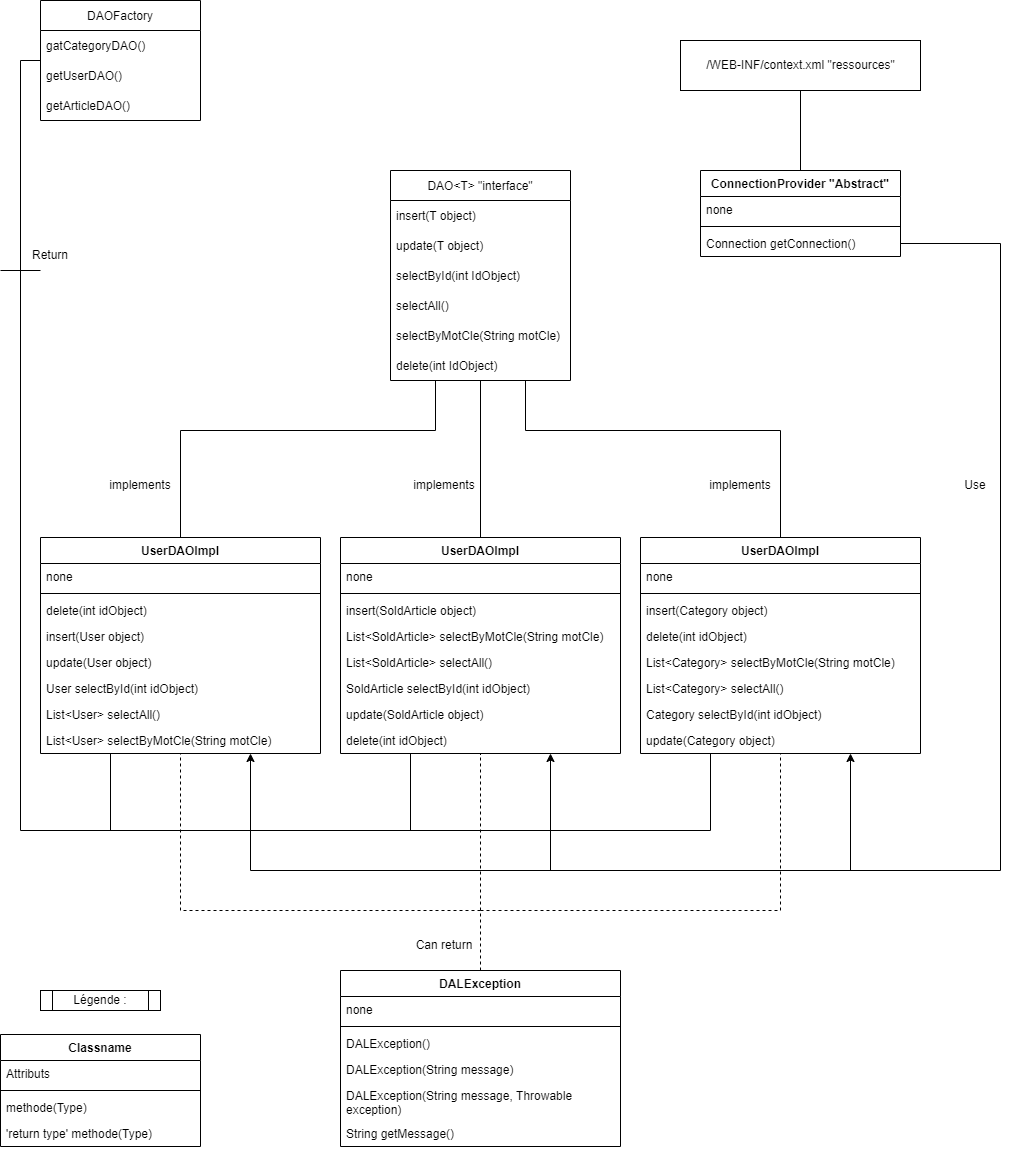
Earlier version of the draw.io export Diagram/Diagram DAL.png (Deadrix/ENCHERES-ENI). Source tidied: cells renumbered, new cells last; positions are measured from the earlier drawing's top-left corner, leaving out a move shared by most shapes.
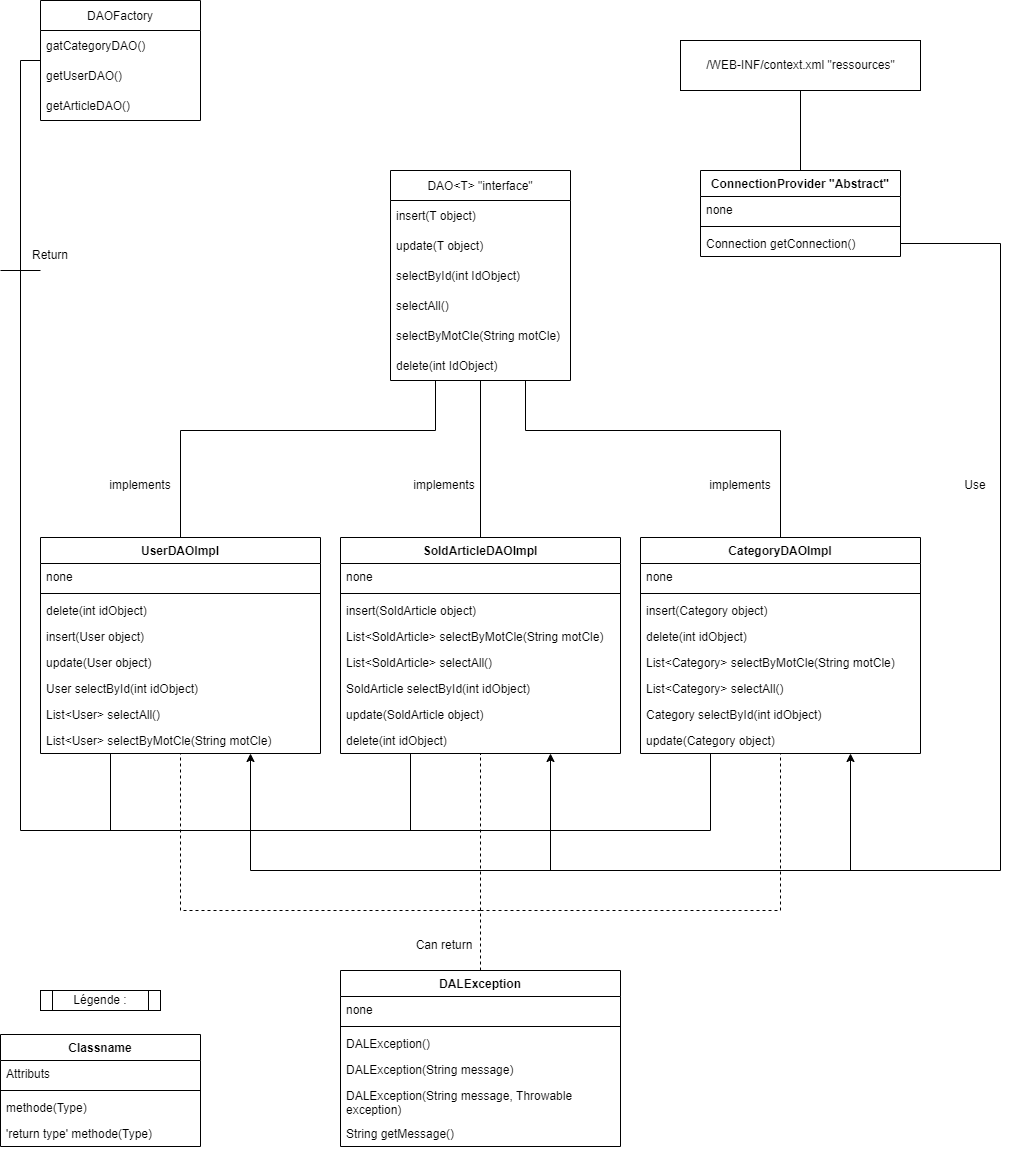
After the change.

The edit, as a diff of the source:
```diff
@@ -121,7 +121,7 @@
     <mxCell id="33" value="List&lt;User&gt; selectByMotCle(String motCle)" style="text;strokeColor=none;fillColor=none;align=left;verticalAlign=top;spacingLeft=4;spacingRight=4;overflow=hidden;" parent="25" vertex="1">
       <mxGeometry y="190" width="280" height="26" as="geometry" />
     </mxCell>
-    <mxCell id="34" value="UserDAOImpl" style="swimlane;fontStyle=1;align=center;verticalAlign=top;horizontal=1;startSize=26;" parent="1" vertex="1">
+    <mxCell id="34" value="SoldArticleDAOImpl" style="swimlane;fontStyle=1;align=center;verticalAlign=top;horizontal=1;startSize=26;" parent="1" vertex="1">
       <mxGeometry x="340" y="537" width="280" height="216" as="geometry" />
     </mxCell>
     <mxCell id="35" value="none" style="text;strokeColor=none;fillColor=none;align=left;verticalAlign=top;spacingLeft=4;spacingRight=4;overflow=hidden;" parent="34" vertex="1">
@@ -148,7 +148,7 @@
     <mxCell id="42" value="delete(int idObject)" style="text;strokeColor=none;fillColor=none;align=left;verticalAlign=top;spacingLeft=4;spacingRight=4;overflow=hidden;" parent="34" vertex="1">
       <mxGeometry y="190" width="280" height="26" as="geometry" />
     </mxCell>
-    <mxCell id="43" value="UserDAOImpl" style="swimlane;fontStyle=1;align=center;verticalAlign=top;horizontal=1;startSize=26;" parent="1" vertex="1">
+    <mxCell id="43" value="CategoryDAOImpl" style="swimlane;fontStyle=1;align=center;verticalAlign=top;horizontal=1;startSize=26;" parent="1" vertex="1">
       <mxGeometry x="640" y="537" width="280" height="216" as="geometry" />
     </mxCell>
     <mxCell id="44" value="none" style="text;strokeColor=none;fillColor=none;align=left;verticalAlign=top;spacingLeft=4;spacingRight=4;overflow=hidden;" parent="43" vertex="1">
```
